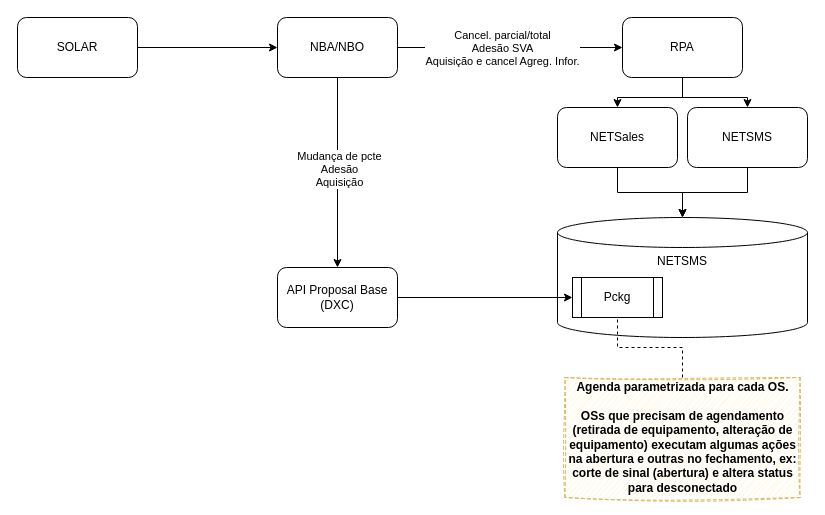
Above: page "AS IS" (1 of 4) of I CHANGE Venda Base - Cancelamento.drawio in samirali/ClaroBrasil (draw.io), before the change. Source tidied: cells renumbered, new cells numbered last; positions are measured from the earlier drawing's top-left corner, leaving out a move shared by most shapes. Both pictures are drawn from the tidied source at 100%, with x=0, y=0 at pixel (17, 17).
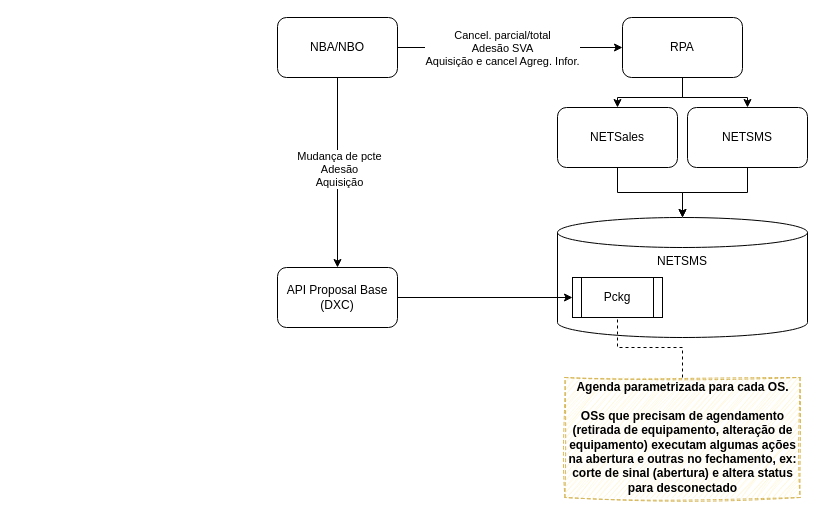
The same diagram, later.

The change refers to these unchanged cells:
```xml
<mxCell id="9" value="NBA/NBO" style="rounded=1;whiteSpace=wrap;html=1;" parent="1" vertex="1">
  <mxGeometry x="260" width="120" height="60" as="geometry" />
</mxCell>
```

The edit, as a diff of the source:
```diff
@@
-    <mxCell id="17" style="edgeStyle=orthogonalEdgeStyle;rounded=0;jettySize=auto;html=1;entryX=0;entryY=0.5;entryDx=0;entryDy=0;" parent="1" edge="1" source="18" target="9">
-      <mxGeometry relative="1" as="geometry" />
-    </mxCell>
-    <mxCell id="18" value="SOLAR" style="rounded=1;whiteSpace=wrap;html=1;" parent="1" vertex="1">
-      <mxGeometry width="120" height="60" as="geometry" />
-    </mxCell>
```
